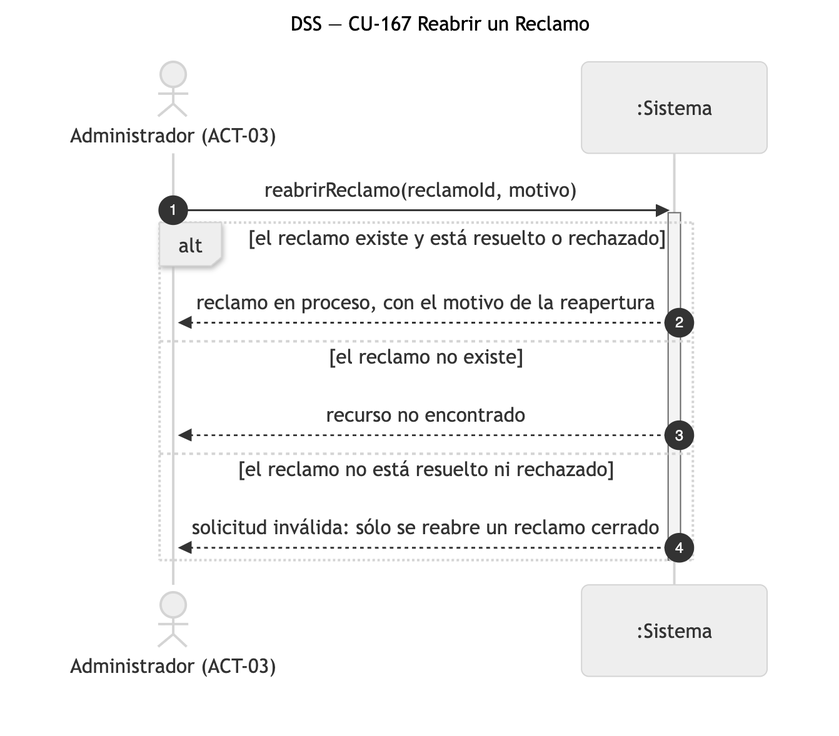
Before: diagramas/png/DSS_CU-167_Reabrir-un-Reclamo.png, a diagram exported from Mermaid (Nahuelito-Dev/splg-docs). Its source is kept beside it as diagramas/DSS_CU-167_Reabrir-un-Reclamo.mmd.
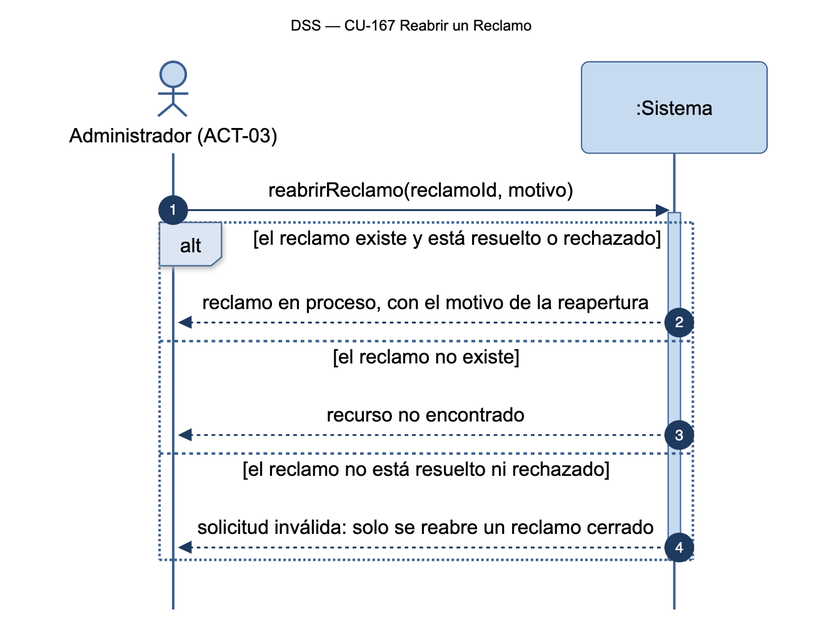
The same diagram one commit later.

The edit, as a diff of the source:
```diff
@@ -11,6 +11,6 @@
     else el reclamo no existe
         SIS-->>ADM: recurso no encontrado
     else el reclamo no está resuelto ni rechazado
-        SIS-->>ADM: solicitud inválida: sólo se reabre un reclamo cerrado
+        SIS-->>ADM: solicitud inválida: solo se reabre un reclamo cerrado
     end
     deactivate SIS
```
